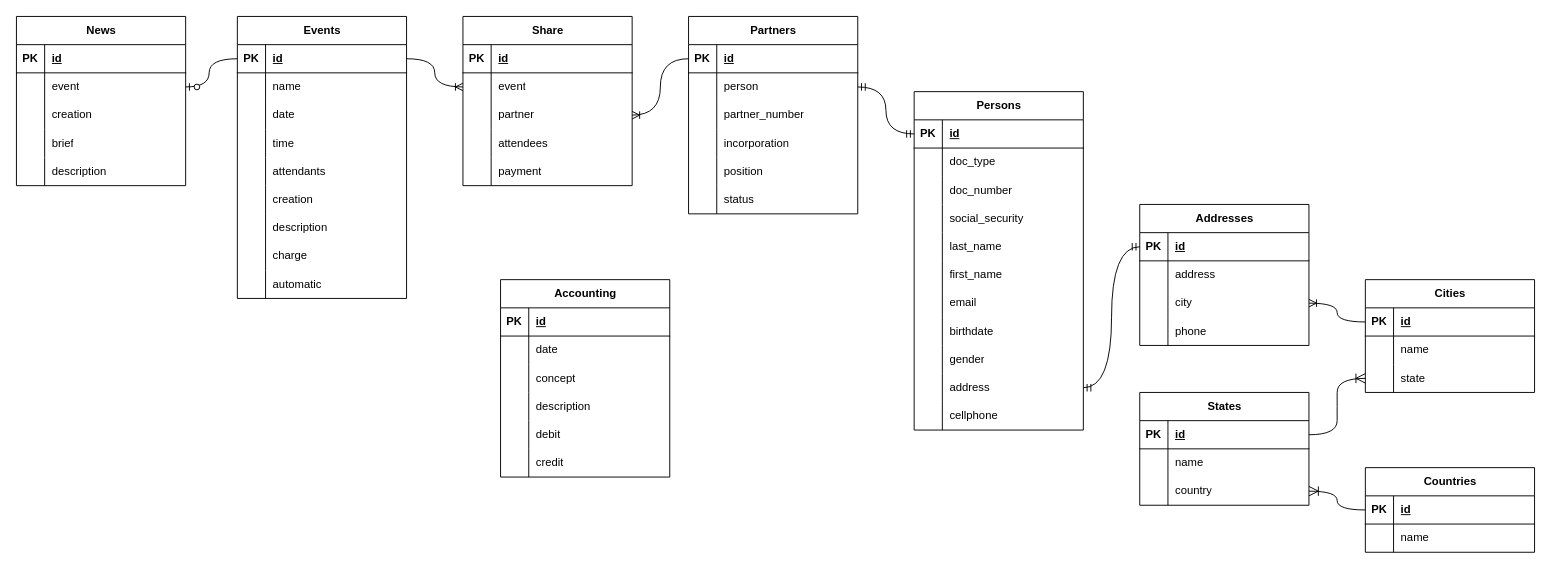
Above: System/Database/SmallBusinessManagementSystem.drawio in aecordoba/SmallBusinessManagementSystem (draw.io), before the change. Source tidied: cells renumbered, new cells numbered last; positions are measured from the earlier drawing's top-left corner, leaving out a move shared by most shapes. Both pictures are drawn from the tidied source at 94%, with x=0, y=0 at pixel (16, 16).
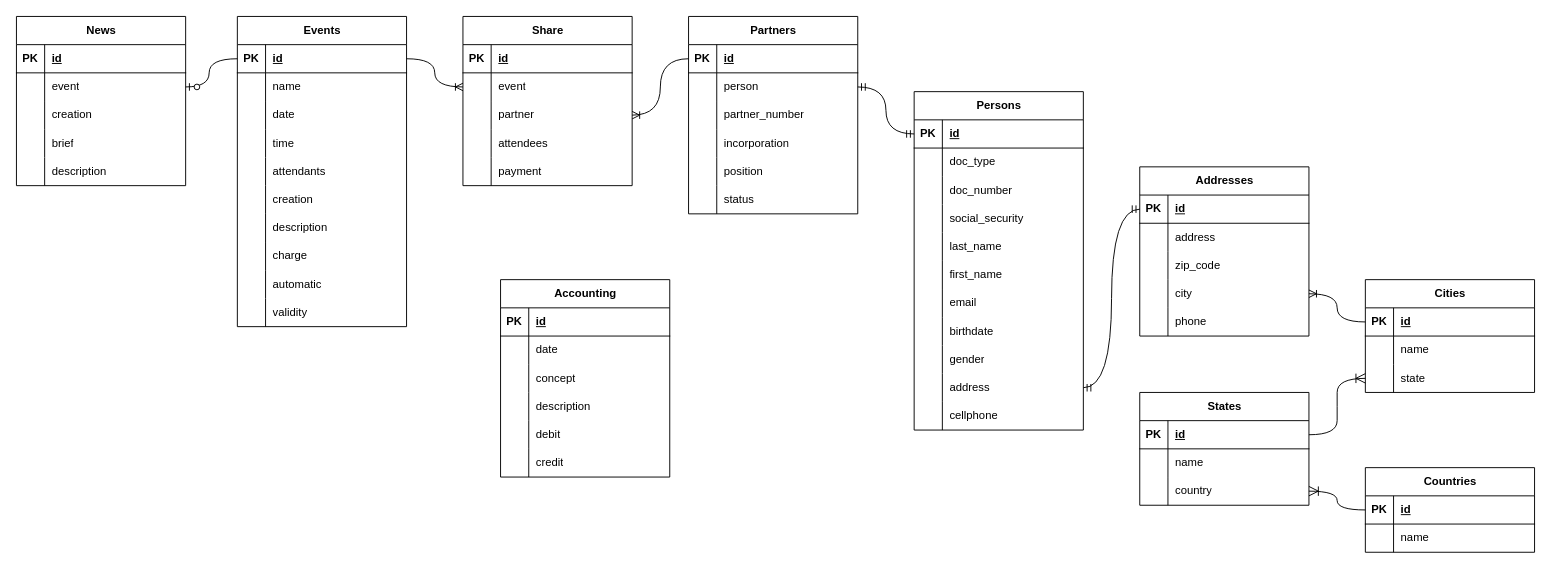
Above is the later version.

Change to the diagram source:
```diff
@@
     <mxCell id="84" value="Addresses" style="shape=table;startSize=30;childLayout=tableLayout;rowLines=0;fontStyle=1;align=center;html=1;" parent="1" vertex="1">
-      <mxGeometry x="1195" y="200" width="180" height="150" as="geometry" />
+      <mxGeometry x="1195" y="160" width="180" height="180" as="geometry" />
     </mxCell>
@@
+    <mxCell id="182" style="shape=tableRow;horizontal=0;startSize=0;swimlaneHead=0;swimlaneBody=0;fillColor=none;top=0;left=0;right=0;bottom=0;" parent="84" vertex="1">
+      <mxGeometry y="90" width="180" height="30" as="geometry" />
+    </mxCell>
+    <mxCell id="183" style="shape=partialRectangle;fillColor=none;top=0;left=0;bottom=0;right=0;overflow=hidden;whiteSpace=wrap;html=1;" parent="182" vertex="1">
+      <mxGeometry width="30" height="30" as="geometry" />
+    </mxCell>
+    <mxCell id="184" value="zip_code" style="shape=partialRectangle;fillColor=none;top=0;left=0;bottom=0;right=0;align=left;spacingLeft=6;overflow=hidden;whiteSpace=wrap;html=1;" parent="182" vertex="1">
+      <mxGeometry x="30" width="150" height="30" as="geometry" />
+    </mxCell>
     <mxCell id="91" style="shape=tableRow;horizontal=0;startSize=0;swimlaneHead=0;swimlaneBody=0;fillColor=none;points=[[0,0.5],[1,0.5]];portConstraint=eastwest;top=0;left=0;right=0;bottom=0;" parent="84" vertex="1">
-      <mxGeometry y="90" width="180" height="30" as="geometry" />
+      <mxGeometry y="120" width="180" height="30" as="geometry" />
     </mxCell>
@@
     <mxCell id="94" style="shape=tableRow;horizontal=0;startSize=0;swimlaneHead=0;swimlaneBody=0;fillColor=none;top=0;left=0;right=0;bottom=0;" parent="84" vertex="1">
-      <mxGeometry y="120" width="180" height="30" as="geometry" />
+      <mxGeometry y="150" width="180" height="30" as="geometry" />
     </mxCell>
@@
     <mxCell id="100" value="Events" style="shape=table;startSize=30;childLayout=tableLayout;rowLines=0;fontStyle=1;align=center;html=1;" parent="1" vertex="1">
-      <mxGeometry x="235" width="180" height="300" as="geometry" />
+      <mxGeometry x="235" width="180" height="330" as="geometry" />
     </mxCell>
@@
+    <mxCell id="185" style="shape=tableRow;horizontal=0;startSize=0;swimlaneHead=0;swimlaneBody=0;fillColor=none;top=0;left=0;right=0;bottom=0;" parent="100" vertex="1">
+      <mxGeometry y="300" width="180" height="30" as="geometry" />
+    </mxCell>
+    <mxCell id="186" style="shape=partialRectangle;fillColor=none;top=0;left=0;bottom=0;right=0;overflow=hidden;whiteSpace=wrap;html=1;" parent="185" vertex="1">
+      <mxGeometry width="30" height="30" as="geometry" />
+    </mxCell>
+    <mxCell id="187" value="validity" style="shape=partialRectangle;fillColor=none;top=0;left=0;bottom=0;right=0;align=left;spacingLeft=6;overflow=hidden;whiteSpace=wrap;html=1;" parent="185" vertex="1">
+      <mxGeometry x="30" width="150" height="30" as="geometry" />
+    </mxCell>
```
